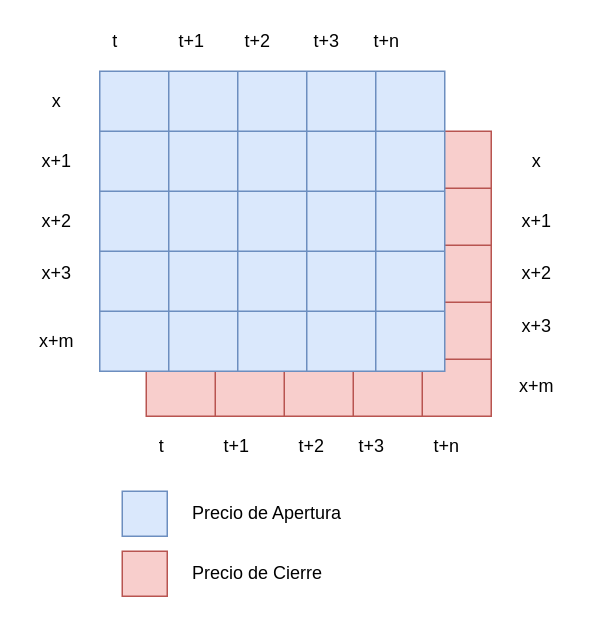
Above: Imagenes/MATRIZXML.drawio in DanielRamosHoogwout/TFM (draw.io), before the change. Source tidied: cells renumbered, new cells numbered last; positions are measured from the earlier drawing's top-left corner, leaving out a move shared by most shapes. Both pictures are drawn from the tidied source at 150%, with x=0, y=0 at pixel (26, 26).
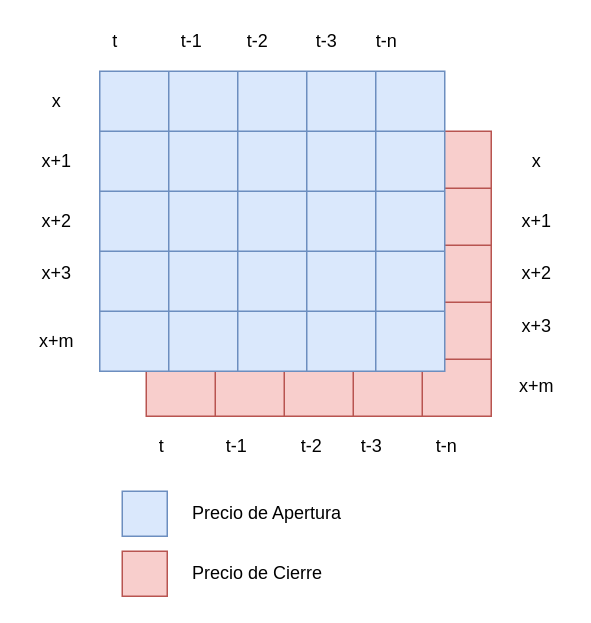
Above is the later version.

Diff of the diagram source:
```diff
@@
-    <mxCell id="65" value="t+1" style="text;html=1;align=center;verticalAlign=middle;fillColor=none;strokeColor=none;rounded=0;" parent="1" vertex="1">
+    <mxCell id="65" value="t-1" style="text;html=1;align=center;verticalAlign=middle;fillColor=none;strokeColor=none;rounded=0;" parent="1" vertex="1">
       <mxGeometry x="95" width="30" height="20" as="geometry" />
     </mxCell>
-    <mxCell id="66" value="t+2" style="text;html=1;align=center;verticalAlign=middle;fillColor=none;strokeColor=none;rounded=0;" parent="1" vertex="1">
+    <mxCell id="66" value="t-2" style="text;html=1;align=center;verticalAlign=middle;fillColor=none;strokeColor=none;rounded=0;" parent="1" vertex="1">
       <mxGeometry x="139" width="30" height="20" as="geometry" />
     </mxCell>
-    <mxCell id="67" value="t+3" style="text;html=1;align=center;verticalAlign=middle;fillColor=none;strokeColor=none;rounded=0;" parent="1" vertex="1">
+    <mxCell id="67" value="t-3" style="text;html=1;align=center;verticalAlign=middle;fillColor=none;strokeColor=none;rounded=0;" parent="1" vertex="1">
       <mxGeometry x="185" width="30" height="20" as="geometry" />
     </mxCell>
-    <mxCell id="68" value="t+n" style="text;html=1;align=center;verticalAlign=middle;fillColor=none;strokeColor=none;rounded=0;" parent="1" vertex="1">
+    <mxCell id="68" value="t-n" style="text;html=1;align=center;verticalAlign=middle;fillColor=none;strokeColor=none;rounded=0;" parent="1" vertex="1">
       <mxGeometry x="225" width="30" height="20" as="geometry" />
     </mxCell>
@@
-    <mxCell id="80" value="t+1" style="text;html=1;align=center;verticalAlign=middle;fillColor=none;strokeColor=none;rounded=0;" parent="1" vertex="1">
+    <mxCell id="80" value="t-1" style="text;html=1;align=center;verticalAlign=middle;fillColor=none;strokeColor=none;rounded=0;" parent="1" vertex="1">
       <mxGeometry x="125" y="270" width="30" height="20" as="geometry" />
     </mxCell>
-    <mxCell id="81" value="t+2" style="text;html=1;align=center;verticalAlign=middle;fillColor=none;strokeColor=none;rounded=0;" parent="1" vertex="1">
+    <mxCell id="81" value="t-2" style="text;html=1;align=center;verticalAlign=middle;fillColor=none;strokeColor=none;rounded=0;" parent="1" vertex="1">
       <mxGeometry x="175" y="270" width="30" height="20" as="geometry" />
     </mxCell>
-    <mxCell id="82" value="t+3" style="text;html=1;align=center;verticalAlign=middle;fillColor=none;strokeColor=none;rounded=0;" parent="1" vertex="1">
+    <mxCell id="82" value="t-3" style="text;html=1;align=center;verticalAlign=middle;fillColor=none;strokeColor=none;rounded=0;" parent="1" vertex="1">
       <mxGeometry x="215" y="270" width="30" height="20" as="geometry" />
     </mxCell>
-    <mxCell id="83" value="t+n" style="text;html=1;align=center;verticalAlign=middle;fillColor=none;strokeColor=none;rounded=0;" parent="1" vertex="1">
+    <mxCell id="83" value="t-n" style="text;html=1;align=center;verticalAlign=middle;fillColor=none;strokeColor=none;rounded=0;" parent="1" vertex="1">
       <mxGeometry x="265" y="270" width="30" height="20" as="geometry" />
     </mxCell>
```
